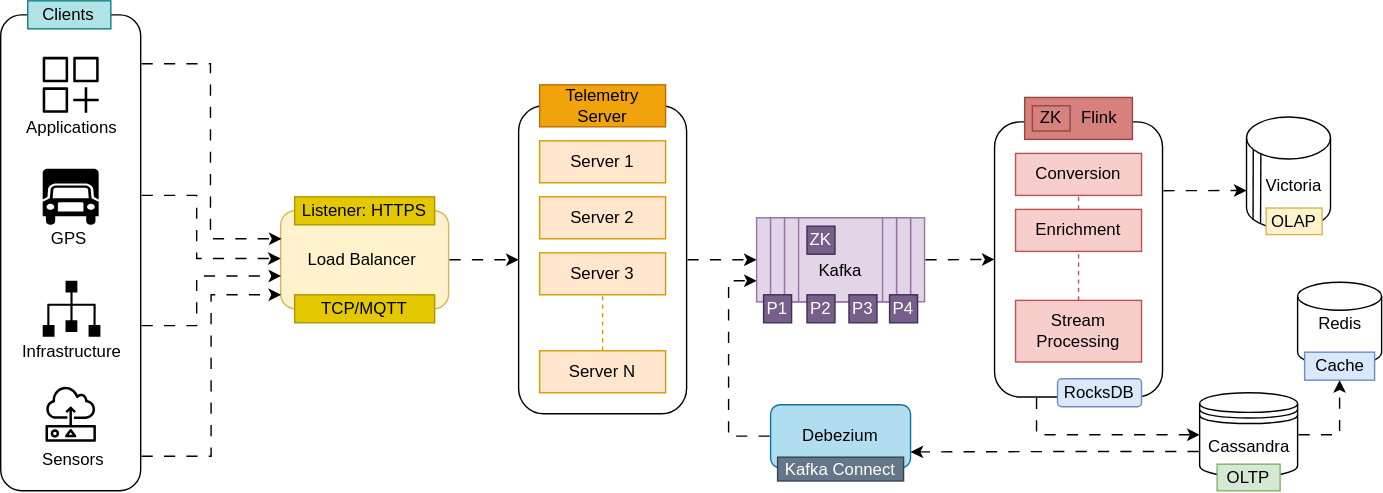
addu390/addu390.github.io keeps this draw.io diagram as assets/posts/telemetry/telemetry-architecture-hover.svg. Above is the earlier version. Source tidied: cells renumbered, new cells last; positions are measured from the earlier drawing's top-left corner, leaving out a move shared by most shapes.
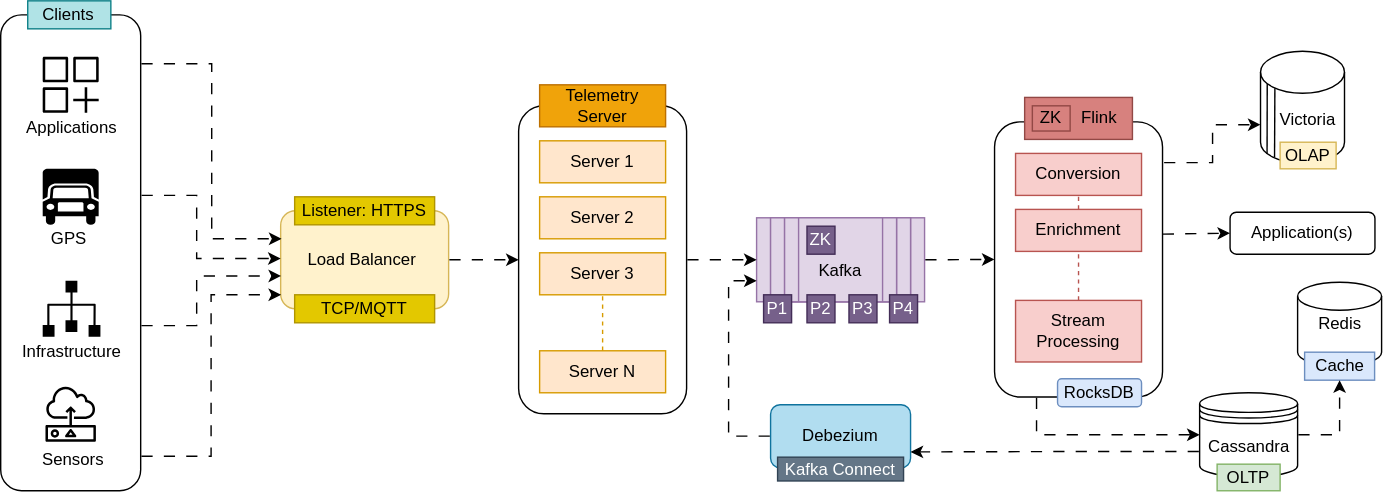
After the commit.

Change to the diagram source:
```diff
@@ -147,7 +147,7 @@
       <mxGeometry x="856.5" y="280" width="70" height="60" as="geometry" />
     </mxCell>
     <mxCell id="43" style="shape=cylinder3;whiteSpace=wrap;html=1;boundedLbl=1;backgroundOutline=1;size=15;" parent="1" vertex="1">
-      <mxGeometry x="890" y="83" width="60" height="80" as="geometry" />
+      <mxGeometry x="900" y="36" width="60" height="80" as="geometry" />
     </mxCell>
     <mxCell id="44" value="Redis" style="strokeWidth=1;html=1;shape=mxgraph.flowchart.database;whiteSpace=wrap;" parent="1" vertex="1">
       <mxGeometry x="926.5" y="201" width="60" height="60" as="geometry" />
@@ -165,10 +165,10 @@
       <mxGeometry relative="1" as="geometry" />
     </mxCell>
     <mxCell id="49" value="OLAP" style="rounded=0;whiteSpace=wrap;html=1;fillColor=#fff2cc;strokeColor=#d6b656;" parent="1" vertex="1">
-      <mxGeometry x="904" y="148" width="40" height="19" as="geometry" />
+      <mxGeometry x="914" y="101" width="40" height="19" as="geometry" />
     </mxCell>
     <mxCell id="50" value="Victoria" style="text;html=1;align=center;verticalAlign=middle;whiteSpace=wrap;rounded=0;" parent="1" vertex="1">
-      <mxGeometry x="894" y="117" width="60" height="30" as="geometry" />
+      <mxGeometry x="904" y="70" width="60" height="30" as="geometry" />
     </mxCell>
     <mxCell id="51" value="RocksDB" style="rounded=1;whiteSpace=wrap;html=1;fillColor=#dae8fc;strokeColor=#6c8ebf;" parent="1" vertex="1">
       <mxGeometry x="755" y="270" width="60" height="20" as="geometry" />
@@ -218,8 +218,14 @@
     <mxCell id="62" value="TCP/MQTT" style="rounded=0;whiteSpace=wrap;html=1;fillColor=#e3c800;strokeColor=#B09500;fontColor=#000000;" parent="1" vertex="1">
       <mxGeometry x="210" y="210" width="100" height="20" as="geometry" />
     </mxCell>
-    <mxCell id="63" style="endArrow=classic;html=1;rounded=0;exitX=1;exitY=0.25;exitDx=0;exitDy=0;entryX=0;entryY=0;entryDx=0;entryDy=52.5;entryPerimeter=0;flowAnimation=1;" parent="1" edge="1" source="28" target="43">
+    <mxCell id="63" style="endArrow=classic;html=1;rounded=0;exitX=1.005;exitY=0.148;exitDx=0;exitDy=0;entryX=0;entryY=0;entryDx=0;entryDy=52.5;entryPerimeter=0;exitPerimeter=0;edgeStyle=elbowEdgeStyle;flowAnimation=1;" parent="1" edge="1" source="28" target="43">
       <mxGeometry relative="1" as="geometry" />
     </mxCell>
+    <mxCell id="64" value="Application(s)" style="rounded=1;whiteSpace=wrap;html=1;" parent="1" vertex="1">
+      <mxGeometry x="878.2" y="151" width="103.5" height="30" as="geometry" />
+    </mxCell>
+    <mxCell id="65" style="endArrow=classic;html=1;rounded=0;exitX=0.997;exitY=0.408;exitDx=0;exitDy=0;exitPerimeter=0;entryX=0;entryY=0.5;entryDx=0;entryDy=0;flowAnimation=1;" parent="1" edge="1" source="28" target="64">
+      <mxGeometry relative="1" as="geometry" />
+    </mxCell>
   </root>
 </mxGraphModel>
```
